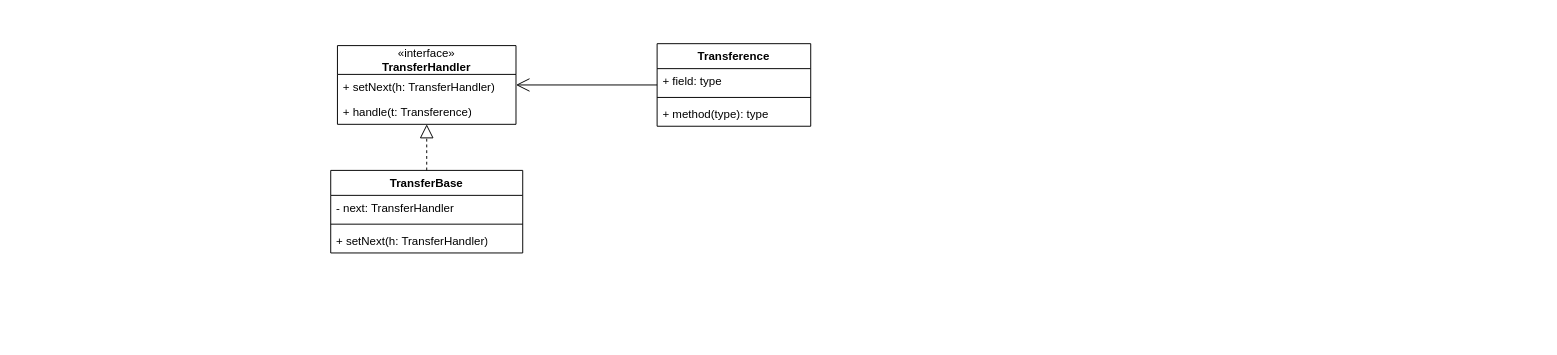
Above: Practico Parcial 1/Ejercicio 5 Practico.drawio in JorgeMartinezSanchez/Diseno_de_software (draw.io), before the change. Source tidied: cells renumbered, new cells numbered last; positions are measured from the earlier drawing's top-left corner, leaving out a move shared by most shapes. Both pictures are drawn from the tidied source at 96%, with x=0, y=0 at pixel (330, 43).
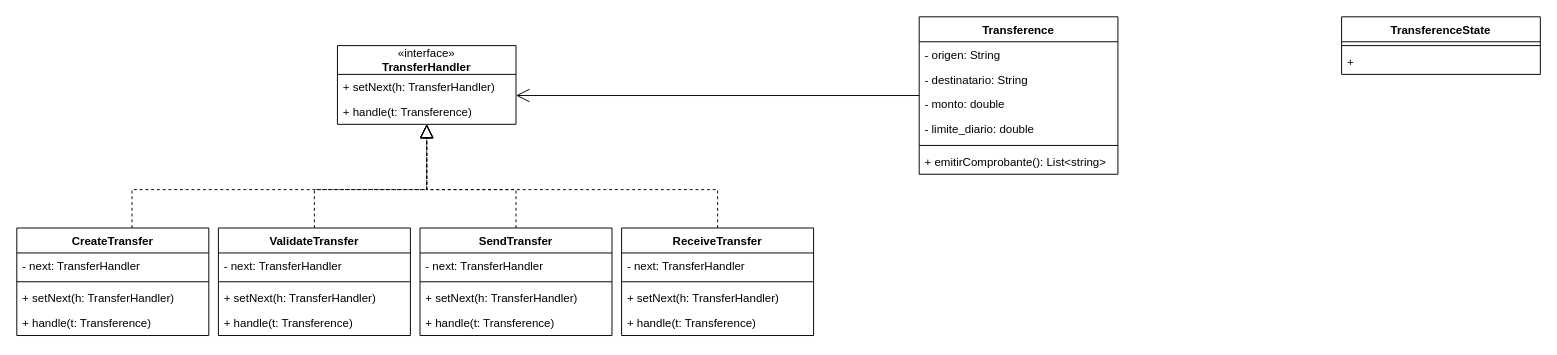
After the change.

The change refers to these unchanged cells:
```xml
<mxCell id="2" value="«interface»&lt;br&gt;&lt;b&gt;TransferHandler&lt;/b&gt;" style="swimlane;fontStyle=0;horizontal=1;startSize=30;fillColor=none;whiteSpace=wrap;html=1;" parent="1" vertex="1">
  <mxGeometry x="7" y="2" width="186" height="82" as="geometry" />
</mxCell>
```

What changed in the source:
```diff
@@
-    <mxCell id="5" value="TransferBase" style="swimlane;fontStyle=1;align=center;verticalAlign=top;horizontal=1;startSize=26;whiteSpace=wrap;html=1;" parent="1" vertex="1">
-      <mxGeometry y="132" width="200" height="86" as="geometry" />
+    <mxCell id="5" value="CreateTransfer" style="swimlane;fontStyle=1;align=center;verticalAlign=top;horizontal=1;startSize=26;whiteSpace=wrap;html=1;" parent="1" vertex="1">
+      <mxGeometry x="-327" y="192" width="200" height="112" as="geometry" />
     </mxCell>
@@
+    <mxCell id="15" value="+ handle(t: Transference)" style="text;strokeColor=none;fillColor=none;align=left;verticalAlign=top;spacingLeft=4;spacingRight=4;overflow=hidden;whiteSpace=wrap;html=1;" parent="5" vertex="1">
+      <mxGeometry y="86" width="200" height="26" as="geometry" />
+    </mxCell>
     <mxCell id="9" style="endArrow=block;dashed=1;endFill=0;endSize=12;html=1;rounded=0;edgeStyle=orthogonalEdgeStyle;" parent="1" edge="1" source="5" target="2">
       <mxGeometry relative="1" as="geometry">
         <Array as="points">
-          <mxPoint x="103" y="172" />
-          <mxPoint x="103" y="172" />
+          <mxPoint x="-207" y="152" />
+          <mxPoint x="100" y="152" />
         </Array>
       </mxGeometry>
     </mxCell>
     <mxCell id="10" value="Transference" style="swimlane;fontStyle=1;align=center;verticalAlign=top;horizontal=1;startSize=26;whiteSpace=wrap;html=1;" parent="1" vertex="1">
-      <mxGeometry x="340" width="160" height="86" as="geometry" />
+      <mxGeometry x="613" y="-28" width="207" height="164" as="geometry" />
     </mxCell>
-    <mxCell id="11" value="+ field: type" style="text;strokeColor=none;fillColor=none;align=left;verticalAlign=top;spacingLeft=4;spacingRight=4;overflow=hidden;whiteSpace=wrap;html=1;" parent="10" vertex="1">
-      <mxGeometry y="26" width="160" height="26" as="geometry" />
+    <mxCell id="11" value="- origen: String" style="text;strokeColor=none;fillColor=none;align=left;verticalAlign=top;spacingLeft=4;spacingRight=4;overflow=hidden;whiteSpace=wrap;html=1;" parent="10" vertex="1">
+      <mxGeometry y="26" width="207" height="26" as="geometry" />
     </mxCell>
+    <mxCell id="16" value="- destinatario: String" style="text;strokeColor=none;fillColor=none;align=left;verticalAlign=top;spacingLeft=4;spacingRight=4;overflow=hidden;whiteSpace=wrap;html=1;" parent="10" vertex="1">
+      <mxGeometry y="52" width="207" height="26" as="geometry" />
+    </mxCell>
+    <mxCell id="17" value="- monto: double" style="text;strokeColor=none;fillColor=none;align=left;verticalAlign=top;spacingLeft=4;spacingRight=4;overflow=hidden;whiteSpace=wrap;html=1;" parent="10" vertex="1">
+      <mxGeometry y="78" width="207" height="26" as="geometry" />
+    </mxCell>
+    <mxCell id="18" value="- limite_diario: double" style="text;strokeColor=none;fillColor=none;align=left;verticalAlign=top;spacingLeft=4;spacingRight=4;overflow=hidden;whiteSpace=wrap;html=1;" parent="10" vertex="1">
+      <mxGeometry y="104" width="207" height="26" as="geometry" />
+    </mxCell>
     <mxCell id="12" style="line;strokeWidth=1;fillColor=none;align=left;verticalAlign=middle;spacingTop=-1;spacingLeft=3;spacingRight=3;labelPosition=right;strokeColor=inherit;" parent="10" vertex="1">
-      <mxGeometry y="52" width="160" height="8" as="geometry" />
+      <mxGeometry y="130" width="207" height="8" as="geometry" />
     </mxCell>
-    <mxCell id="13" value="+ method(type): type" style="text;strokeColor=none;fillColor=none;align=left;verticalAlign=top;spacingLeft=4;spacingRight=4;overflow=hidden;whiteSpace=wrap;html=1;" parent="10" vertex="1">
-      <mxGeometry y="60" width="160" height="26" as="geometry" />
+    <mxCell id="13" value="+ emitirComprobante(): List&amp;lt;string&amp;gt;" style="text;strokeColor=none;fillColor=none;align=left;verticalAlign=top;spacingLeft=4;spacingRight=4;overflow=hidden;whiteSpace=wrap;html=1;" parent="10" vertex="1">
+      <mxGeometry y="138" width="207" height="26" as="geometry" />
     </mxCell>
     <mxCell id="14" style="endArrow=open;endFill=1;endSize=12;html=1;rounded=0;edgeStyle=orthogonalEdgeStyle;" parent="1" edge="1" source="10" target="2">
-      <mxGeometry relative="1" as="geometry" />
+      <mxGeometry relative="1" as="geometry">
+        <Array as="points">
+          <mxPoint x="293" y="54" />
+          <mxPoint x="293" y="54" />
+        </Array>
+      </mxGeometry>
     </mxCell>
+    <mxCell id="19" value="ValidateTransfer" style="swimlane;fontStyle=1;align=center;verticalAlign=top;horizontal=1;startSize=26;whiteSpace=wrap;html=1;" parent="1" vertex="1">
+      <mxGeometry x="-117" y="192" width="200" height="112" as="geometry" />
+    </mxCell>
+    <mxCell id="20" value="- next: TransferHandler" style="text;strokeColor=none;fillColor=none;align=left;verticalAlign=top;spacingLeft=4;spacingRight=4;overflow=hidden;whiteSpace=wrap;html=1;" parent="19" vertex="1">
+      <mxGeometry y="26" width="200" height="26" as="geometry" />
+    </mxCell>
+    <mxCell id="21" style="line;strokeWidth=1;fillColor=none;align=left;verticalAlign=middle;spacingTop=-1;spacingLeft=3;spacingRight=3;labelPosition=right;strokeColor=inherit;" parent="19" vertex="1">
+      <mxGeometry y="52" width="200" height="8" as="geometry" />
+    </mxCell>
+    <mxCell id="22" value="+ setNext(h: TransferHandler)" style="text;strokeColor=none;fillColor=none;align=left;verticalAlign=top;spacingLeft=4;spacingRight=4;overflow=hidden;whiteSpace=wrap;html=1;" parent="19" vertex="1">
+      <mxGeometry y="60" width="200" height="26" as="geometry" />
+    </mxCell>
+    <mxCell id="23" value="+ handle(t: Transference)" style="text;strokeColor=none;fillColor=none;align=left;verticalAlign=top;spacingLeft=4;spacingRight=4;overflow=hidden;whiteSpace=wrap;html=1;" parent="19" vertex="1">
+      <mxGeometry y="86" width="200" height="26" as="geometry" />
+    </mxCell>
+    <mxCell id="24" style="endArrow=block;dashed=1;endFill=0;endSize=12;html=1;rounded=0;edgeStyle=orthogonalEdgeStyle;" parent="1" edge="1" source="19" target="2">
+      <mxGeometry relative="1" as="geometry">
+        <Array as="points">
+          <mxPoint x="-17" y="152" />
+          <mxPoint x="100" y="152" />
+        </Array>
+      </mxGeometry>
+    </mxCell>
+    <mxCell id="25" value="SendTransfer" style="swimlane;fontStyle=1;align=center;verticalAlign=top;horizontal=1;startSize=26;whiteSpace=wrap;html=1;" parent="1" vertex="1">
+      <mxGeometry x="93" y="192" width="200" height="112" as="geometry" />
+    </mxCell>
+    <mxCell id="26" value="- next: TransferHandler" style="text;strokeColor=none;fillColor=none;align=left;verticalAlign=top;spacingLeft=4;spacingRight=4;overflow=hidden;whiteSpace=wrap;html=1;" parent="25" vertex="1">
+      <mxGeometry y="26" width="200" height="26" as="geometry" />
+    </mxCell>
+    <mxCell id="27" style="line;strokeWidth=1;fillColor=none;align=left;verticalAlign=middle;spacingTop=-1;spacingLeft=3;spacingRight=3;labelPosition=right;strokeColor=inherit;" parent="25" vertex="1">
+      <mxGeometry y="52" width="200" height="8" as="geometry" />
+    </mxCell>
+    <mxCell id="28" value="+ setNext(h: TransferHandler)" style="text;strokeColor=none;fillColor=none;align=left;verticalAlign=top;spacingLeft=4;spacingRight=4;overflow=hidden;whiteSpace=wrap;html=1;" parent="25" vertex="1">
+      <mxGeometry y="60" width="200" height="26" as="geometry" />
+    </mxCell>
+    <mxCell id="29" value="+ handle(t: Transference)" style="text;strokeColor=none;fillColor=none;align=left;verticalAlign=top;spacingLeft=4;spacingRight=4;overflow=hidden;whiteSpace=wrap;html=1;" parent="25" vertex="1">
+      <mxGeometry y="86" width="200" height="26" as="geometry" />
+    </mxCell>
+    <mxCell id="30" style="endArrow=block;dashed=1;endFill=0;endSize=12;html=1;rounded=0;edgeStyle=orthogonalEdgeStyle;" parent="1" edge="1" source="25" target="2">
+      <mxGeometry relative="1" as="geometry">
+        <Array as="points">
+          <mxPoint x="193" y="152" />
+          <mxPoint x="100" y="152" />
+        </Array>
+      </mxGeometry>
+    </mxCell>
+    <mxCell id="31" value="ReceiveTransfer" style="swimlane;fontStyle=1;align=center;verticalAlign=top;horizontal=1;startSize=26;whiteSpace=wrap;html=1;" parent="1" vertex="1">
+      <mxGeometry x="303" y="192" width="200" height="112" as="geometry" />
+    </mxCell>
+    <mxCell id="32" value="- next: TransferHandler" style="text;strokeColor=none;fillColor=none;align=left;verticalAlign=top;spacingLeft=4;spacingRight=4;overflow=hidden;whiteSpace=wrap;html=1;" parent="31" vertex="1">
+      <mxGeometry y="26" width="200" height="26" as="geometry" />
+    </mxCell>
+    <mxCell id="33" style="line;strokeWidth=1;fillColor=none;align=left;verticalAlign=middle;spacingTop=-1;spacingLeft=3;spacingRight=3;labelPosition=right;strokeColor=inherit;" parent="31" vertex="1">
+      <mxGeometry y="52" width="200" height="8" as="geometry" />
+    </mxCell>
+    <mxCell id="34" value="+ setNext(h: TransferHandler)" style="text;strokeColor=none;fillColor=none;align=left;verticalAlign=top;spacingLeft=4;spacingRight=4;overflow=hidden;whiteSpace=wrap;html=1;" parent="31" vertex="1">
+      <mxGeometry y="60" width="200" height="26" as="geometry" />
+    </mxCell>
+    <mxCell id="35" value="+ handle(t: Transference)" style="text;strokeColor=none;fillColor=none;align=left;verticalAlign=top;spacingLeft=4;spacingRight=4;overflow=hidden;whiteSpace=wrap;html=1;" parent="31" vertex="1">
+      <mxGeometry y="86" width="200" height="26" as="geometry" />
+    </mxCell>
+    <mxCell id="36" style="endArrow=block;dashed=1;endFill=0;endSize=12;html=1;rounded=0;edgeStyle=orthogonalEdgeStyle;" parent="1" edge="1" source="31" target="2">
+      <mxGeometry relative="1" as="geometry">
+        <Array as="points">
+          <mxPoint x="403" y="152" />
+          <mxPoint x="100" y="152" />
+        </Array>
+      </mxGeometry>
+    </mxCell>
+    <mxCell id="37" value="TransferenceState" style="swimlane;fontStyle=1;align=center;verticalAlign=top;horizontal=1;startSize=26;whiteSpace=wrap;html=1;" parent="1" vertex="1">
+      <mxGeometry x="1053" y="-28" width="207" height="60" as="geometry" />
+    </mxCell>
+    <mxCell id="38" style="line;strokeWidth=1;fillColor=none;align=left;verticalAlign=middle;spacingTop=-1;spacingLeft=3;spacingRight=3;labelPosition=right;strokeColor=inherit;" parent="37" vertex="1">
+      <mxGeometry y="26" width="207" height="8" as="geometry" />
+    </mxCell>
+    <mxCell id="39" value="+&amp;nbsp;" style="text;strokeColor=none;fillColor=none;align=left;verticalAlign=top;spacingLeft=4;spacingRight=4;overflow=hidden;whiteSpace=wrap;html=1;" parent="37" vertex="1">
+      <mxGeometry y="34" width="207" height="26" as="geometry" />
+    </mxCell>
```
